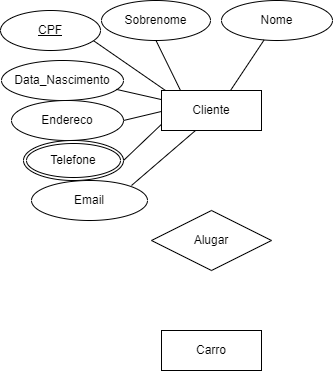
This is Mapa_BD1.drawio.png from Kelly-Prone/diagramas, a draw.io export, as it was before one commit. Source tidied: cells renumbered, new cells last; positions are measured from the earlier drawing's top-left corner, leaving out a move shared by most shapes.
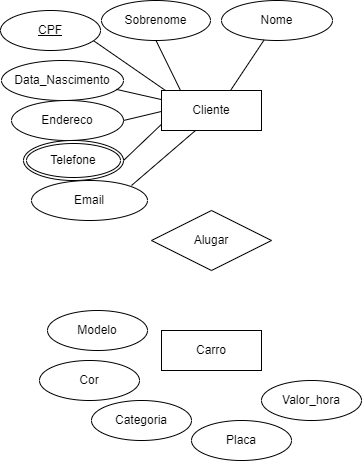
After the commit.

The edit, as a diff of the source:
```diff
@@ -71,5 +71,20 @@
     <mxCell id="18" value="Alugar" style="shape=rhombus;perimeter=rhombusPerimeter;whiteSpace=wrap;html=1;align=center;" parent="1" vertex="1">
       <mxGeometry x="151" y="210" width="120" height="60" as="geometry" />
     </mxCell>
+    <mxCell id="19" value="Modelo" style="ellipse;whiteSpace=wrap;html=1;align=center;" parent="1" vertex="1">
+      <mxGeometry x="47" y="310" width="100" height="40" as="geometry" />
+    </mxCell>
+    <mxCell id="20" value="Cor" style="ellipse;whiteSpace=wrap;html=1;align=center;" parent="1" vertex="1">
+      <mxGeometry x="39" y="360" width="100" height="40" as="geometry" />
+    </mxCell>
+    <mxCell id="21" value="Categoria" style="ellipse;whiteSpace=wrap;html=1;align=center;" parent="1" vertex="1">
+      <mxGeometry x="91" y="400" width="100" height="40" as="geometry" />
+    </mxCell>
+    <mxCell id="22" value="Placa" style="ellipse;whiteSpace=wrap;html=1;align=center;" parent="1" vertex="1">
+      <mxGeometry x="191" y="420" width="100" height="40" as="geometry" />
+    </mxCell>
+    <mxCell id="23" value="Valor_hora" style="ellipse;whiteSpace=wrap;html=1;align=center;" parent="1" vertex="1">
+      <mxGeometry x="261" y="380" width="100" height="40" as="geometry" />
+    </mxCell>
   </root>
 </mxGraphModel>
```
